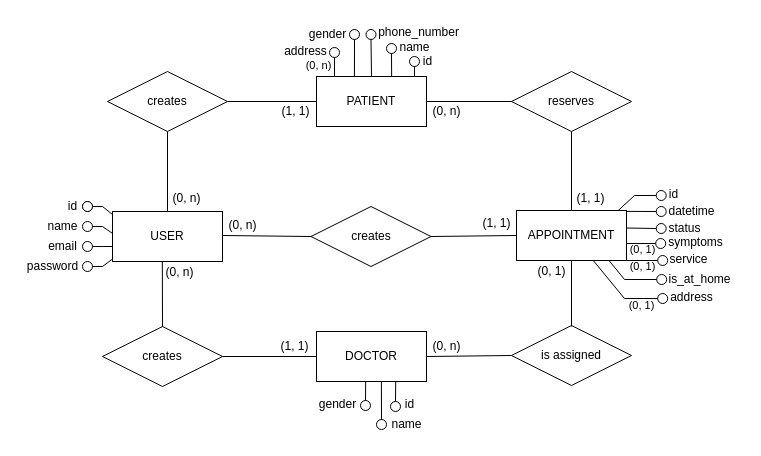
The draw.io diagram docs/database/conceptual-design.drawio in hdz-kevin/podi-appts, before the edit. Source tidied: cells renumbered, new cells numbered last; positions are measured from the earlier drawing's top-left corner, leaving out a move shared by most shapes. Both pictures are drawn from the tidied source at 100%, with x=0, y=0 at pixel (17, 17).
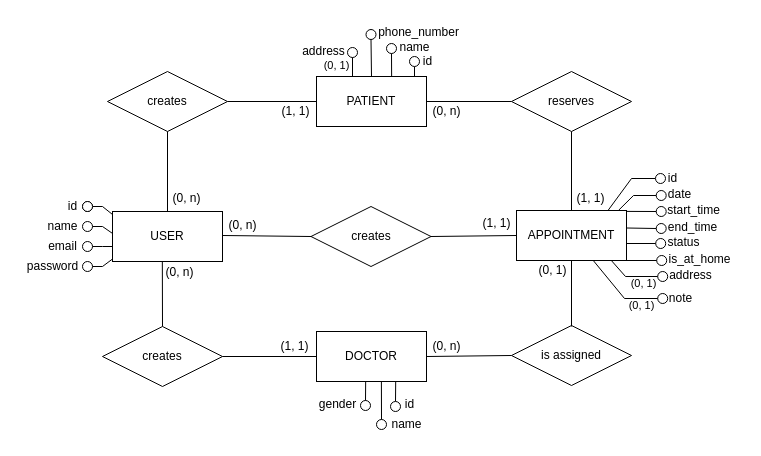
The same page after the edit.

Commit message (it also covers changes not shown here):
update DB design - add date, start_time and end_time fields to appointments table - add address field to patients table - remove gender field from patients table

The change refers to these unchanged cells:
```xml
<mxCell id="22" value="APPOINTMENT" style="rounded=0;whiteSpace=wrap;html=1;fillColor=none;" parent="1" vertex="1">
  <mxGeometry x="499" y="193" width="110" height="50" as="geometry" />
</mxCell>
<mxCell id="53" value="PATIENT" style="rounded=0;whiteSpace=wrap;html=1;fillColor=none;" parent="1" vertex="1">
  <mxGeometry x="299" y="59" width="110" height="50" as="geometry" />
</mxCell>
```

Diff of the diagram source:
```diff
@@
     <mxCell id="43" value="(0, 1)" style="text;html=1;align=center;verticalAlign=middle;strokeColor=none;fillColor=none;" parent="1" vertex="1">
-      <mxGeometry x="509" y="239" width="50" height="30" as="geometry" />
+      <mxGeometry x="510" y="238" width="50" height="30" as="geometry" />
     </mxCell>
-    <mxCell id="44" value="datetime" style="text;html=1;align=center;verticalAlign=middle;strokeColor=none;fillColor=none;" parent="1" vertex="1">
-      <mxGeometry x="638.7" y="179" width="70" height="30" as="geometry" />
+    <mxCell id="44" value="date" style="text;html=1;align=center;verticalAlign=middle;strokeColor=none;fillColor=none;" parent="1" vertex="1">
+      <mxGeometry x="641" y="164" width="41" height="26" as="geometry" />
     </mxCell>
@@
-    <mxCell id="47" value="status" style="text;html=1;align=center;verticalAlign=middle;strokeColor=none;fillColor=none;" parent="1" vertex="1">
-      <mxGeometry x="637" y="196" width="60" height="30" as="geometry" />
+    <mxCell id="47" value="start_time" style="text;html=1;align=center;verticalAlign=middle;strokeColor=none;fillColor=none;" parent="1" vertex="1">
+      <mxGeometry x="640" y="180" width="71" height="26" as="geometry" />
     </mxCell>
-    <mxCell id="48" style="endArrow=none;html=1;rounded=0;entryX=0.5;entryY=1;entryDx=0;entryDy=0;exitX=0.926;exitY=-0.002;exitDx=0;exitDy=0;exitPerimeter=0;" parent="1" edge="1" source="22" target="49">
+    <mxCell id="48" style="endArrow=none;html=1;rounded=0;entryX=0.5;entryY=1;entryDx=0;entryDy=0;exitX=0.833;exitY=-0.004;exitDx=0;exitDy=0;exitPerimeter=0;" parent="1" edge="1" source="22" target="49">
       <mxGeometry relative="1" as="geometry">
         <Array as="points">
-          <mxPoint x="617" y="178" />
+          <mxPoint x="614" y="161" />
         </Array>
       </mxGeometry>
     </mxCell>
     <mxCell id="49" style="ellipse;whiteSpace=wrap;html=1;fillColor=light-dark(#FFFFFF,#F9FBFF);direction=south;" parent="1" vertex="1">
-      <mxGeometry x="638.7" y="173" width="10" height="10" as="geometry" />
+      <mxGeometry x="638" y="156" width="10" height="10" as="geometry" />
     </mxCell>
     <mxCell id="50" value="id" style="text;html=1;align=center;verticalAlign=middle;strokeColor=none;fillColor=none;" parent="1" vertex="1">
-      <mxGeometry x="640.7" y="162" width="30" height="30" as="geometry" />
+      <mxGeometry x="640" y="146" width="30" height="30" as="geometry" />
     </mxCell>
@@
     <mxCell id="73" value="is_at_home" style="text;html=1;align=center;verticalAlign=middle;strokeColor=none;fillColor=none;" parent="1" vertex="1">
-      <mxGeometry x="637" y="247" width="90" height="30" as="geometry" />
+      <mxGeometry x="637" y="227" width="90" height="30" as="geometry" />
     </mxCell>
     <mxCell id="74" style="endArrow=none;html=1;rounded=0;entryX=1;entryY=0.5;entryDx=0;entryDy=0;exitX=0.209;exitY=-0.002;exitDx=0;exitDy=0;exitPerimeter=0;" parent="1" edge="1" target="75">
       <mxGeometry relative="1" as="geometry">
-        <mxPoint x="317" y="58.9" as="sourcePoint" />
+        <mxPoint x="335" y="58.9" as="sourcePoint" />
       </mxGeometry>
     </mxCell>
     <mxCell id="75" style="ellipse;whiteSpace=wrap;html=1;fillColor=none;direction=south;" parent="1" vertex="1">
-      <mxGeometry x="312" y="30" width="10" height="10" as="geometry" />
+      <mxGeometry x="330" y="30" width="10" height="10" as="geometry" />
     </mxCell>
-    <mxCell id="76" value="gender" style="text;html=1;align=center;verticalAlign=middle;strokeColor=none;fillColor=none;" parent="1" vertex="1">
-      <mxGeometry x="280" y="2" width="60" height="30" as="geometry" />
-    </mxCell>
@@
     <mxCell id="78" style="ellipse;whiteSpace=wrap;html=1;fillColor=none;direction=south;" parent="1" vertex="1">
-      <mxGeometry x="640.2" y="238" width="10" height="10" as="geometry" />
+      <mxGeometry x="639.2" y="238" width="10" height="10" as="geometry" />
     </mxCell>
-    <mxCell id="79" value="symptoms" style="text;html=1;align=center;verticalAlign=middle;strokeColor=none;fillColor=none;" parent="1" vertex="1">
-      <mxGeometry x="638.2" y="210" width="80" height="30" as="geometry" />
+    <mxCell id="79" value="status" style="text;html=1;align=center;verticalAlign=middle;strokeColor=none;fillColor=none;" parent="1" vertex="1">
+      <mxGeometry x="641.2" y="212" width="50" height="26" as="geometry" />
     </mxCell>
-    <mxCell id="80" style="endArrow=none;html=1;rounded=0;entryX=0.5;entryY=1;entryDx=0;entryDy=0;exitX=0.84;exitY=0.998;exitDx=0;exitDy=0;exitPerimeter=0;" parent="1" edge="1" source="22" target="81">
+    <mxCell id="80" style="endArrow=none;html=1;rounded=0;entryX=0.5;entryY=1;entryDx=0;entryDy=0;exitX=0.861;exitY=0.997;exitDx=0;exitDy=0;exitPerimeter=0;" parent="1" edge="1" source="22" target="81">
       <mxGeometry relative="1" as="geometry">
         <Array as="points">
-          <mxPoint x="607" y="262" />
+          <mxPoint x="608" y="259" />
         </Array>
       </mxGeometry>
     </mxCell>
     <mxCell id="81" style="ellipse;whiteSpace=wrap;html=1;fillColor=none;direction=south;" parent="1" vertex="1">
-      <mxGeometry x="639.2" y="257" width="10" height="10" as="geometry" />
+      <mxGeometry x="640.2" y="254" width="10" height="10" as="geometry" />
     </mxCell>
     <mxCell id="82" value="address" style="text;html=1;align=center;verticalAlign=middle;strokeColor=none;fillColor=none;" parent="1" vertex="1">
-      <mxGeometry x="638.7" y="265" width="70" height="30" as="geometry" />
+      <mxGeometry x="638.2" y="243" width="70" height="30" as="geometry" />
     </mxCell>
     <mxCell id="83" value="&lt;font style=&quot;font-size: 11px; color: light-dark(rgb(0, 0, 0), rgb(255, 255, 255));&quot;&gt;(0, 1)&lt;/font&gt;" style="text;html=1;align=center;verticalAlign=middle;strokeColor=none;fillColor=none;" parent="1" vertex="1">
-      <mxGeometry x="600" y="234" width="50" height="30" as="geometry" />
+      <mxGeometry x="601.2" y="251" width="50" height="30" as="geometry" />
     </mxCell>
-    <mxCell id="84" value="&lt;font style=&quot;font-size: 11px; color: light-dark(rgb(0, 0, 0), rgb(255, 255, 255));&quot;&gt;(0, 1)&lt;/font&gt;" style="text;html=1;align=center;verticalAlign=middle;strokeColor=none;fillColor=none;" parent="1" vertex="1">
-      <mxGeometry x="600" y="217" width="50" height="30" as="geometry" />
-    </mxCell>
-    <mxCell id="85" style="endArrow=none;html=1;rounded=0;exitX=0.345;exitY=-0.002;exitDx=0;exitDy=0;entryX=1;entryY=0.5;entryDx=0;entryDy=0;exitPerimeter=0;" parent="1" edge="1" source="53" target="86">
-      <mxGeometry relative="1" as="geometry" />
-    </mxCell>
-    <mxCell id="86" style="ellipse;whiteSpace=wrap;html=1;fillColor=none;direction=south;" parent="1" vertex="1">
-      <mxGeometry x="332" y="12" width="10" height="10" as="geometry" />
-    </mxCell>
     <mxCell id="87" value="address" style="text;html=1;align=center;verticalAlign=middle;strokeColor=none;fillColor=none;" parent="1" vertex="1">
-      <mxGeometry x="253" y="19" width="70" height="30" as="geometry" />
+      <mxGeometry x="271" y="19" width="70" height="30" as="geometry" />
     </mxCell>
-    <mxCell id="88" value="&lt;font style=&quot;font-size: 11px; color: light-dark(rgb(0, 0, 0), rgb(255, 255, 255));&quot;&gt;(0, n)&lt;/font&gt;" style="text;html=1;align=center;verticalAlign=middle;strokeColor=none;fillColor=none;" parent="1" vertex="1">
-      <mxGeometry x="276" y="33" width="50" height="30" as="geometry" />
+    <mxCell id="88" value="&lt;font style=&quot;font-size: 11px; color: light-dark(rgb(0, 0, 0), rgb(255, 255, 255));&quot;&gt;(0, 1)&lt;/font&gt;" style="text;html=1;align=center;verticalAlign=middle;strokeColor=none;fillColor=none;" parent="1" vertex="1">
+      <mxGeometry x="297" y="35" width="44" height="26" as="geometry" />
     </mxCell>
-    <mxCell id="89" value="service" style="text;html=1;align=center;verticalAlign=middle;strokeColor=none;fillColor=none;" parent="1" vertex="1">
-      <mxGeometry x="643" y="229" width="56" height="26" as="geometry" />
+    <mxCell id="89" value="note" style="text;html=1;align=center;verticalAlign=middle;strokeColor=none;fillColor=none;" parent="1" vertex="1">
+      <mxGeometry x="642" y="268" width="41" height="26" as="geometry" />
     </mxCell>
@@
+    <mxCell id="93" style="endArrow=none;html=1;rounded=0;entryX=0.5;entryY=1;entryDx=0;entryDy=0;exitX=0.928;exitY=-0.004;exitDx=0;exitDy=0;exitPerimeter=0;" parent="1" edge="1" source="22" target="94">
+      <mxGeometry relative="1" as="geometry">
+        <Array as="points">
+          <mxPoint x="616" y="178" />
+        </Array>
+      </mxGeometry>
+    </mxCell>
+    <mxCell id="94" style="ellipse;whiteSpace=wrap;html=1;fillColor=none;direction=south;" parent="1" vertex="1">
+      <mxGeometry x="638.7" y="173" width="10" height="10" as="geometry" />
+    </mxCell>
+    <mxCell id="95" value="end_time" style="text;html=1;align=center;verticalAlign=middle;strokeColor=none;fillColor=none;" parent="1" vertex="1">
+      <mxGeometry x="641.5" y="197" width="67" height="26" as="geometry" />
+    </mxCell>
```
